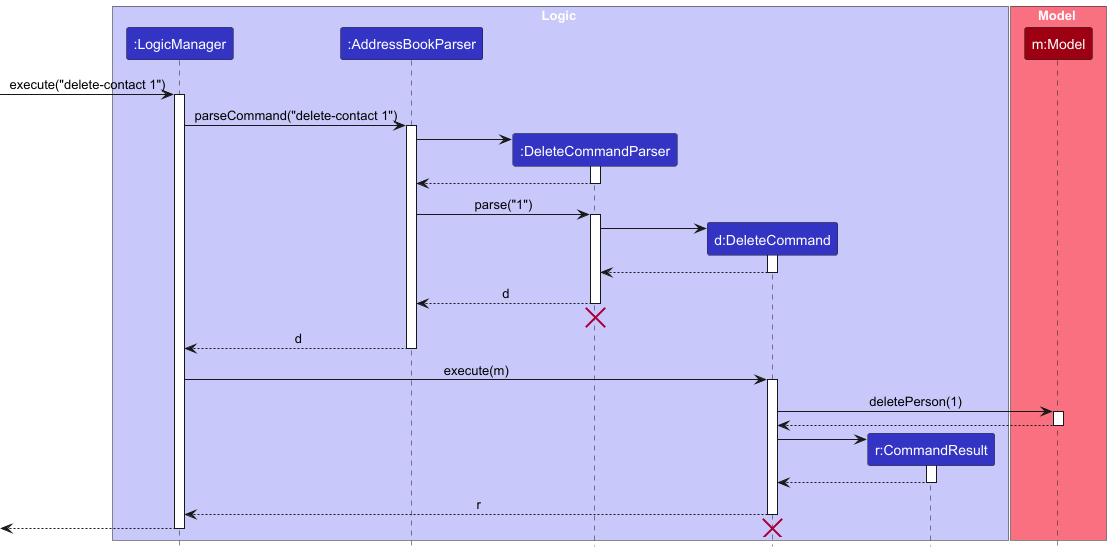
Above: docs/images/DeleteSequenceDiagram.png in jaxwong/tp (PlantUML), before the change. Its diagram source:
```plantuml
@startuml
!include style.puml
skinparam ArrowFontStyle plain

box Logic LOGIC_COLOR_T1
participant ":LogicManager" as LogicManager LOGIC_COLOR
participant ":AddressBookParser" as AddressBookParser LOGIC_COLOR
participant ":DeleteCommandParser" as DeleteCommandParser LOGIC_COLOR
participant "d:DeleteCommand" as DeleteCommand LOGIC_COLOR
participant "r:CommandResult" as CommandResult LOGIC_COLOR
end box

box Model MODEL_COLOR_T1
participant "m:Model" as Model MODEL_COLOR
end box

[-> LogicManager : execute("delete-contact 1")
activate LogicManager

LogicManager -> AddressBookParser : parseCommand("delete-contact 1")
activate AddressBookParser

create DeleteCommandParser
AddressBookParser -> DeleteCommandParser
activate DeleteCommandParser

DeleteCommandParser --> AddressBookParser
deactivate DeleteCommandParser

AddressBookParser -> DeleteCommandParser : parse("1")
activate DeleteCommandParser

create DeleteCommand
DeleteCommandParser -> DeleteCommand
activate DeleteCommand

DeleteCommand --> DeleteCommandParser :
deactivate DeleteCommand

DeleteCommandParser --> AddressBookParser : d
deactivate DeleteCommandParser
DeleteCommandParser -[hidden]-> AddressBookParser
destroy DeleteCommandParser

AddressBookParser --> LogicManager : d
deactivate AddressBookParser

LogicManager -> DeleteCommand : execute(m)
activate DeleteCommand

DeleteCommand -> Model : deletePerson(1)
activate Model

Model --> DeleteCommand
deactivate Model

create CommandResult
DeleteCommand -> CommandResult
activate CommandResult

CommandResult --> DeleteCommand
deactivate CommandResult

DeleteCommand --> LogicManager : r
deactivate DeleteCommand

[<--LogicManager
deactivate LogicManager
destroy DeleteCommand
@enduml
```
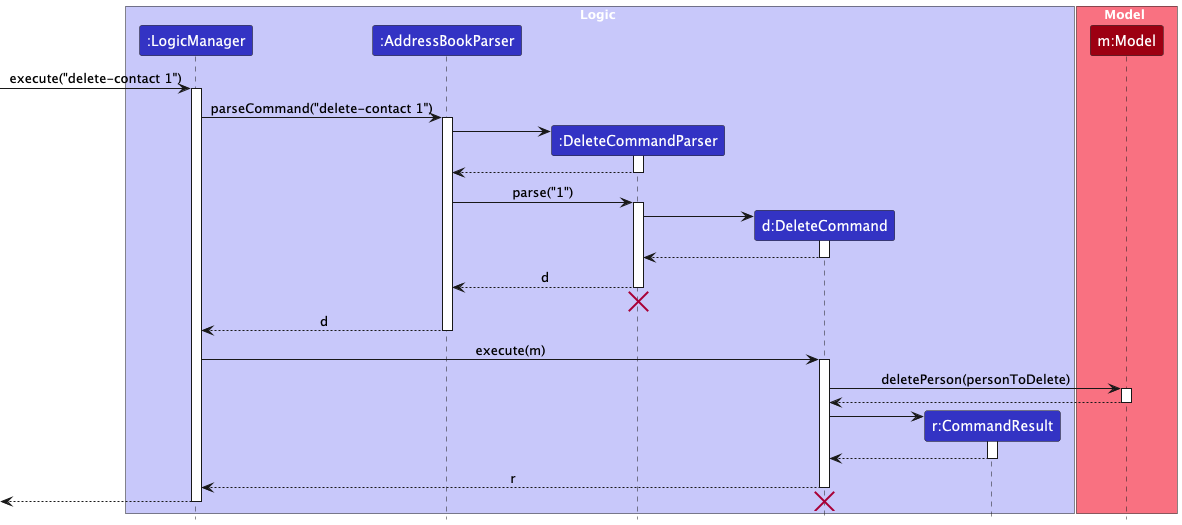
Above is the later version.

The edit, as a diff of the source:
```diff
@@ -48,7 +48,7 @@
 LogicManager -> DeleteCommand : execute(m)
 activate DeleteCommand
 
-DeleteCommand -> Model : deletePerson(1)
+DeleteCommand -> Model : deletePerson(personToDelete)
 activate Model
 
 Model --> DeleteCommand
```
